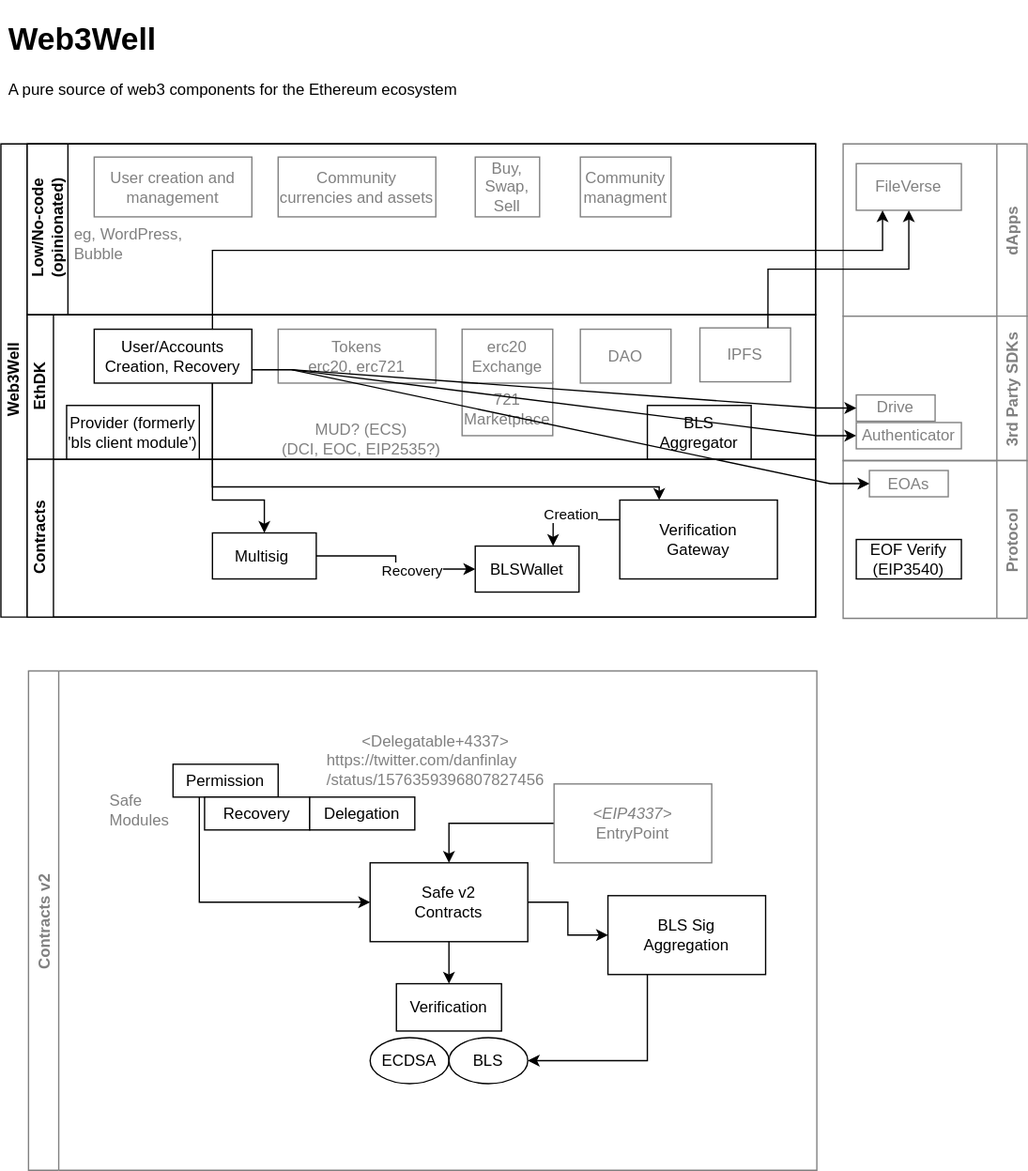
getwax/ethdk keeps this draw.io diagram as docs/images/w3w-components.svg. Above is the earlier version. Source tidied: cells renumbered, new cells last; positions are measured from the earlier drawing's top-left corner, leaving out a move shared by most shapes.
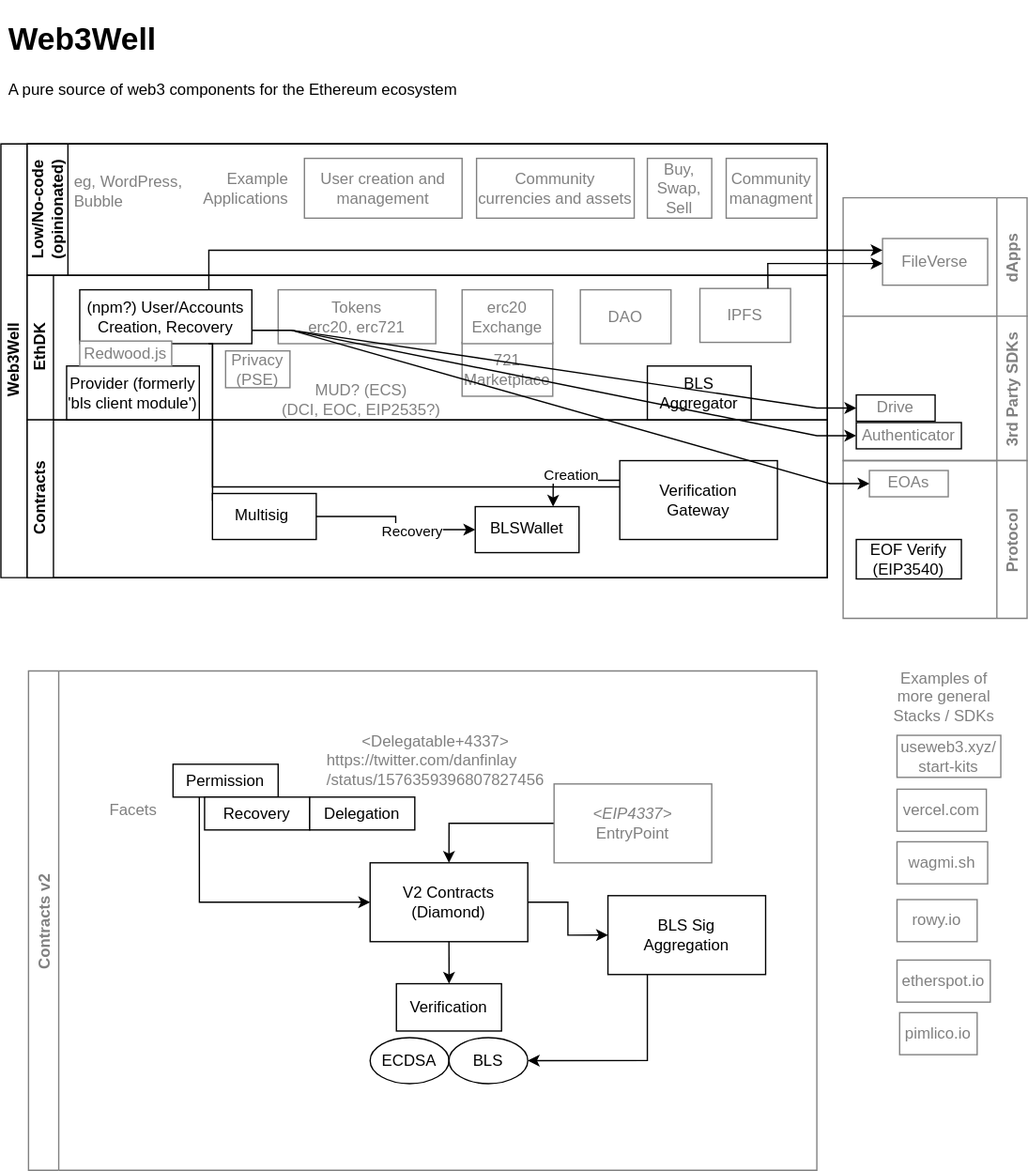
Above is the later version.

Change to the diagram source:
```diff
@@ -3,34 +3,37 @@
     <mxCell id="0" />
     <mxCell id="1" parent="0" />
     <mxCell id="2" value="Web3Well" style="swimlane;html=1;horizontal=0;startSize=20;" parent="1" vertex="1">
-      <mxGeometry y="99" width="620" height="360" as="geometry" />
+      <mxGeometry y="99" width="629" height="330" as="geometry" />
     </mxCell>
     <mxCell id="3" value="Low/No-code&lt;br&gt;(opinionated)" style="swimlane;html=1;startSize=31;horizontal=0;" parent="2" vertex="1">
-      <mxGeometry x="20" width="600" height="130" as="geometry" />
+      <mxGeometry x="20" width="609" height="100" as="geometry" />
     </mxCell>
+    <mxCell id="8" value="eg, WordPress, Bubble" style="text;html=1;strokeColor=none;fillColor=none;align=left;verticalAlign=middle;whiteSpace=wrap;rounded=0;fontColor=#808080;" parent="3" vertex="1">
+      <mxGeometry x="34" y="21" width="119" height="30" as="geometry" />
+    </mxCell>
     <mxCell id="4" value="&lt;font color=&quot;#808080&quot;&gt;User creation and&lt;br&gt;management&lt;/font&gt;" style="rounded=0;whiteSpace=wrap;html=1;strokeColor=#808080;" parent="3" vertex="1">
-      <mxGeometry x="51" y="10" width="120" height="45.5" as="geometry" />
+      <mxGeometry x="211" y="11" width="120" height="45.5" as="geometry" />
     </mxCell>
+    <mxCell id="60" value="Example&lt;br&gt;Applications" style="text;html=1;strokeColor=none;fillColor=none;align=right;verticalAlign=middle;whiteSpace=wrap;rounded=0;fontColor=#808080;" parent="3" vertex="1">
+      <mxGeometry x="122" y="18.8" width="79" height="30" as="geometry" />
+    </mxCell>
     <mxCell id="5" value="&lt;font color=&quot;#808080&quot;&gt;Community currencies and assets&lt;/font&gt;" style="rounded=0;whiteSpace=wrap;html=1;strokeColor=#808080;" parent="3" vertex="1">
-      <mxGeometry x="191" y="10" width="120" height="45.5" as="geometry" />
+      <mxGeometry x="342" y="11" width="120" height="45.5" as="geometry" />
     </mxCell>
     <mxCell id="6" value="&lt;font color=&quot;#808080&quot;&gt;Buy, Swap, Sell&lt;/font&gt;" style="rounded=0;whiteSpace=wrap;html=1;strokeColor=#808080;" parent="3" vertex="1">
-      <mxGeometry x="341" y="10" width="49" height="45.5" as="geometry" />
+      <mxGeometry x="472" y="11" width="49" height="45.5" as="geometry" />
     </mxCell>
     <mxCell id="7" value="&lt;font color=&quot;#808080&quot;&gt;Community managment&lt;/font&gt;" style="rounded=0;whiteSpace=wrap;html=1;strokeColor=#808080;" parent="3" vertex="1">
-      <mxGeometry x="421" y="10" width="69" height="45.5" as="geometry" />
+      <mxGeometry x="532" y="11" width="69" height="45.5" as="geometry" />
     </mxCell>
-    <mxCell id="8" value="eg, WordPress, Bubble" style="text;html=1;strokeColor=none;fillColor=none;align=left;verticalAlign=middle;whiteSpace=wrap;rounded=0;fontColor=#808080;" parent="3" vertex="1">
-      <mxGeometry x="34" y="61" width="119" height="30" as="geometry" />
-    </mxCell>
     <mxCell id="9" value="EthDK" style="swimlane;html=1;startSize=20;horizontal=0;" parent="2" vertex="1">
-      <mxGeometry x="20" y="130" width="600" height="110" as="geometry" />
+      <mxGeometry x="20" y="100" width="609" height="110" as="geometry" />
     </mxCell>
     <mxCell id="10" value="BLS&lt;br&gt;Aggregator" style="rounded=0;whiteSpace=wrap;html=1;" parent="9" vertex="1">
       <mxGeometry x="472" y="69" width="79" height="41" as="geometry" />
     </mxCell>
-    <mxCell id="11" value="User/Accounts&lt;br&gt;Creation, Recovery" style="rounded=0;whiteSpace=wrap;html=1;" parent="9" vertex="1">
-      <mxGeometry x="51" y="11" width="120" height="41" as="geometry" />
+    <mxCell id="11" value="(npm?) User/Accounts&lt;br&gt;Creation, Recovery" style="rounded=0;whiteSpace=wrap;html=1;" parent="9" vertex="1">
+      <mxGeometry x="40" y="11" width="131" height="41" as="geometry" />
     </mxCell>
     <mxCell id="12" value="&lt;font color=&quot;#808080&quot;&gt;Tokens&lt;br&gt;erc20, erc721&lt;/font&gt;" style="rounded=0;whiteSpace=wrap;html=1;strokeColor=#808080;" parent="9" vertex="1">
       <mxGeometry x="191" y="11" width="120" height="41" as="geometry" />
@@ -50,6 +53,12 @@
     <mxCell id="17" value="&lt;font color=&quot;#808080&quot;&gt;IPFS&lt;/font&gt;" style="rounded=0;whiteSpace=wrap;html=1;strokeColor=#808080;" parent="9" vertex="1">
       <mxGeometry x="512" y="10" width="69" height="41" as="geometry" />
     </mxCell>
+    <mxCell id="61" value="&lt;font color=&quot;#808080&quot;&gt;Privacy (PSE)&lt;/font&gt;" style="rounded=0;whiteSpace=wrap;html=1;strokeColor=#808080;" parent="9" vertex="1">
+      <mxGeometry x="151" y="57.5" width="49" height="28" as="geometry" />
+    </mxCell>
+    <mxCell id="62" value="&lt;font color=&quot;#808080&quot;&gt;Redwood.js&lt;/font&gt;" style="rounded=0;whiteSpace=wrap;html=1;strokeColor=#808080;" parent="9" vertex="1">
+      <mxGeometry x="40" y="50" width="70" height="19" as="geometry" />
+    </mxCell>
     <mxCell id="18" style="edgeStyle=orthogonalEdgeStyle;rounded=0;jettySize=auto;html=1;exitX=0.75;exitY=1;exitDx=0;exitDy=0;entryX=0.25;entryY=0;entryDx=0;entryDy=0;" parent="2" edge="1" source="11" target="24">
       <mxGeometry relative="1" as="geometry">
         <Array as="points">
@@ -67,7 +76,7 @@
       </mxGeometry>
     </mxCell>
     <mxCell id="20" value="Contracts" style="swimlane;html=1;startSize=20;horizontal=0;" parent="2" vertex="1">
-      <mxGeometry x="20" y="240" width="600" height="120" as="geometry" />
+      <mxGeometry x="20" y="210" width="609" height="120" as="geometry" />
     </mxCell>
     <mxCell id="21" value="MUD? (ECS)&lt;br&gt;(DCI, EOC, EIP2535?)" style="text;html=1;strokeColor=none;fillColor=none;align=center;verticalAlign=middle;whiteSpace=wrap;rounded=0;fontColor=#808080;" parent="20" vertex="1">
       <mxGeometry x="184" y="-34" width="141" height="37" as="geometry" />
@@ -103,18 +112,18 @@
       <mxGeometry x="1" width="370" height="80" as="geometry" />
     </mxCell>
     <mxCell id="30" value="dApps" style="swimlane;horizontal=0;fontColor=#808080;strokeColor=#808080;fillColor=#FFFFFF;direction=west;" parent="1" vertex="1">
-      <mxGeometry x="641" y="99" width="140" height="131" as="geometry" />
+      <mxGeometry x="641" y="140" width="140" height="90" as="geometry" />
     </mxCell>
     <mxCell id="31" value="&lt;font color=&quot;#808080&quot;&gt;FileVerse&lt;/font&gt;" style="rounded=0;whiteSpace=wrap;html=1;strokeColor=#808080;" parent="30" vertex="1">
-      <mxGeometry x="10" y="15" width="80" height="35.5" as="geometry" />
+      <mxGeometry x="30" y="31" width="80" height="35.5" as="geometry" />
     </mxCell>
     <mxCell id="32" value="3rd Party SDKs" style="swimlane;horizontal=0;fontColor=#808080;strokeColor=#808080;fillColor=#FFFFFF;direction=west;" parent="1" vertex="1">
       <mxGeometry x="641" y="230" width="140" height="110" as="geometry" />
     </mxCell>
-    <mxCell id="33" value="&lt;font color=&quot;#808080&quot;&gt;Drive&lt;/font&gt;" style="rounded=0;whiteSpace=wrap;html=1;strokeColor=#808080;" parent="32" vertex="1">
+    <mxCell id="33" value="&lt;font color=&quot;#808080&quot;&gt;Drive&lt;/font&gt;" style="rounded=0;whiteSpace=wrap;html=1;strokeColor=#000000;" parent="32" vertex="1">
       <mxGeometry x="10" y="60" width="60" height="20" as="geometry" />
     </mxCell>
-    <mxCell id="34" value="&lt;font color=&quot;#808080&quot;&gt;Authenticator&lt;/font&gt;" style="rounded=0;whiteSpace=wrap;html=1;strokeColor=#808080;" parent="32" vertex="1">
+    <mxCell id="34" value="&lt;font color=&quot;#808080&quot;&gt;Authenticator&lt;/font&gt;" style="rounded=0;whiteSpace=wrap;html=1;strokeColor=#000000;" parent="32" vertex="1">
       <mxGeometry x="10" y="81" width="80" height="20" as="geometry" />
     </mxCell>
     <mxCell id="35" style="edgeStyle=entityRelationEdgeStyle;rounded=0;jettySize=auto;html=1;exitX=1;exitY=0.75;exitDx=0;exitDy=0;entryX=0;entryY=0.5;entryDx=0;entryDy=0;fontColor=#808080;" parent="1" edge="1" source="11" target="33">
@@ -135,21 +144,26 @@
     <mxCell id="40" style="edgeStyle=entityRelationEdgeStyle;rounded=0;jettySize=auto;html=1;exitX=1;exitY=0.75;exitDx=0;exitDy=0;entryX=0;entryY=0.5;entryDx=0;entryDy=0;fontColor=#808080;" parent="1" edge="1" source="11" target="38">
       <mxGeometry relative="1" as="geometry" />
     </mxCell>
-    <mxCell id="41" style="edgeStyle=orthogonalEdgeStyle;rounded=0;jettySize=auto;html=1;exitX=0.75;exitY=0;exitDx=0;exitDy=0;entryX=0.25;entryY=1;entryDx=0;entryDy=0;fontColor=#808080;" parent="1" edge="1" source="11" target="31">
+    <mxCell id="41" style="edgeStyle=orthogonalEdgeStyle;rounded=0;jettySize=auto;html=1;exitX=0.75;exitY=0;exitDx=0;exitDy=0;entryX=0;entryY=0.25;entryDx=0;entryDy=0;fontColor=#808080;" parent="1" edge="1" source="11" target="31">
       <mxGeometry relative="1" as="geometry">
         <Array as="points">
-          <mxPoint x="161" y="180" />
-          <mxPoint x="671" y="180" />
+          <mxPoint x="158" y="180" />
         </Array>
       </mxGeometry>
     </mxCell>
-    <mxCell id="42" style="edgeStyle=orthogonalEdgeStyle;rounded=0;jettySize=auto;html=1;exitX=0.75;exitY=0;exitDx=0;exitDy=0;entryX=0.5;entryY=1;entryDx=0;entryDy=0;fontColor=#808080;" parent="1" edge="1" source="17" target="31">
-      <mxGeometry relative="1" as="geometry" />
+    <mxCell id="42" style="edgeStyle=orthogonalEdgeStyle;rounded=0;jettySize=auto;html=1;exitX=0.75;exitY=0;exitDx=0;exitDy=0;fontColor=#808080;" parent="1" edge="1" source="17">
+      <mxGeometry relative="1" as="geometry">
+        <mxPoint x="671" y="190" as="targetPoint" />
+        <Array as="points">
+          <mxPoint x="584" y="190" />
+          <mxPoint x="671" y="190" />
+        </Array>
+      </mxGeometry>
     </mxCell>
     <mxCell id="43" value="Contracts v2" style="swimlane;horizontal=0;fontColor=#808080;strokeColor=#808080;fillColor=#FFFFFF;" parent="1" vertex="1">
       <mxGeometry x="21" y="500" width="600" height="380" as="geometry" />
     </mxCell>
-    <mxCell id="44" value="Safe v2&lt;br&gt;Contracts" style="rounded=0;whiteSpace=wrap;html=1;" parent="43" vertex="1">
+    <mxCell id="44" value="V2 Contracts&lt;br&gt;(Diamond)" style="rounded=0;whiteSpace=wrap;html=1;" parent="43" vertex="1">
       <mxGeometry x="260" y="146" width="120" height="60" as="geometry" />
     </mxCell>
     <mxCell id="45" value="ECDSA" style="ellipse;whiteSpace=wrap;html=1;fillColor=#FFFFFF;" parent="43" vertex="1">
@@ -185,7 +199,7 @@
     <mxCell id="55" value="Delegation" style="rounded=0;whiteSpace=wrap;html=1;" parent="43" vertex="1">
       <mxGeometry x="214" y="96" width="80" height="25" as="geometry" />
     </mxCell>
-    <mxCell id="56" value="Safe&lt;br&gt;Modules" style="text;html=1;strokeColor=none;fillColor=none;align=left;verticalAlign=middle;whiteSpace=wrap;rounded=0;fontColor=#808080;" parent="43" vertex="1">
+    <mxCell id="56" value="Facets" style="text;html=1;strokeColor=none;fillColor=none;align=left;verticalAlign=middle;whiteSpace=wrap;rounded=0;fontColor=#808080;" parent="43" vertex="1">
       <mxGeometry x="60" y="91" width="60" height="30" as="geometry" />
     </mxCell>
     <mxCell id="57" value="BLS" style="ellipse;whiteSpace=wrap;html=1;fillColor=#FFFFFF;" parent="43" vertex="1">
@@ -197,5 +211,26 @@
     <mxCell id="59" value="&amp;lt;Delegatable+4337&amp;gt;&lt;br&gt;&lt;div style=&quot;text-align: left;&quot;&gt;&lt;span style=&quot;background-color: initial;&quot;&gt;https://twitter.com/danfinlay&lt;/span&gt;&lt;/div&gt;&lt;div style=&quot;text-align: left;&quot;&gt;&lt;span style=&quot;background-color: initial;&quot;&gt;/status/1576359396807827456&lt;/span&gt;&lt;/div&gt;" style="text;html=1;strokeColor=none;fillColor=none;align=center;verticalAlign=middle;whiteSpace=wrap;rounded=0;fontColor=#808080;" parent="43" vertex="1">
       <mxGeometry x="220" y="40" width="180" height="56" as="geometry" />
     </mxCell>
+    <mxCell id="63" value="useweb3.xyz/ start-kits" style="rounded=0;whiteSpace=wrap;html=1;strokeColor=#808080;fontColor=#808080;" parent="1" vertex="1">
+      <mxGeometry x="682" y="549" width="79" height="32" as="geometry" />
+    </mxCell>
+    <mxCell id="64" value="wagmi.sh" style="rounded=0;whiteSpace=wrap;html=1;strokeColor=#808080;fontColor=#808080;" parent="1" vertex="1">
+      <mxGeometry x="682" y="630" width="69" height="32" as="geometry" />
+    </mxCell>
+    <mxCell id="65" value="vercel.com" style="rounded=0;whiteSpace=wrap;html=1;strokeColor=#808080;fontColor=#808080;" parent="1" vertex="1">
+      <mxGeometry x="682" y="590" width="68" height="32" as="geometry" />
+    </mxCell>
+    <mxCell id="66" value="rowy.io" style="rounded=0;whiteSpace=wrap;html=1;strokeColor=#808080;fontColor=#808080;" parent="1" vertex="1">
+      <mxGeometry x="682" y="674" width="61" height="32" as="geometry" />
+    </mxCell>
+    <mxCell id="67" value="etherspot.io" style="rounded=0;whiteSpace=wrap;html=1;strokeColor=#808080;fontColor=#808080;" parent="1" vertex="1">
+      <mxGeometry x="682" y="720" width="71" height="32" as="geometry" />
+    </mxCell>
+    <mxCell id="68" value="pimlico.io" style="rounded=0;whiteSpace=wrap;html=1;strokeColor=#808080;fontColor=#808080;" parent="1" vertex="1">
+      <mxGeometry x="684" y="760" width="59" height="32" as="geometry" />
+    </mxCell>
+    <mxCell id="69" value="Examples of more general&lt;br&gt;Stacks / SDKs" style="text;html=1;strokeColor=none;fillColor=none;align=center;verticalAlign=middle;whiteSpace=wrap;rounded=0;fontColor=#808080;" parent="1" vertex="1">
+      <mxGeometry x="672.5" y="500" width="90" height="40" as="geometry" />
+    </mxCell>
   </root>
 </mxGraphModel>
```
